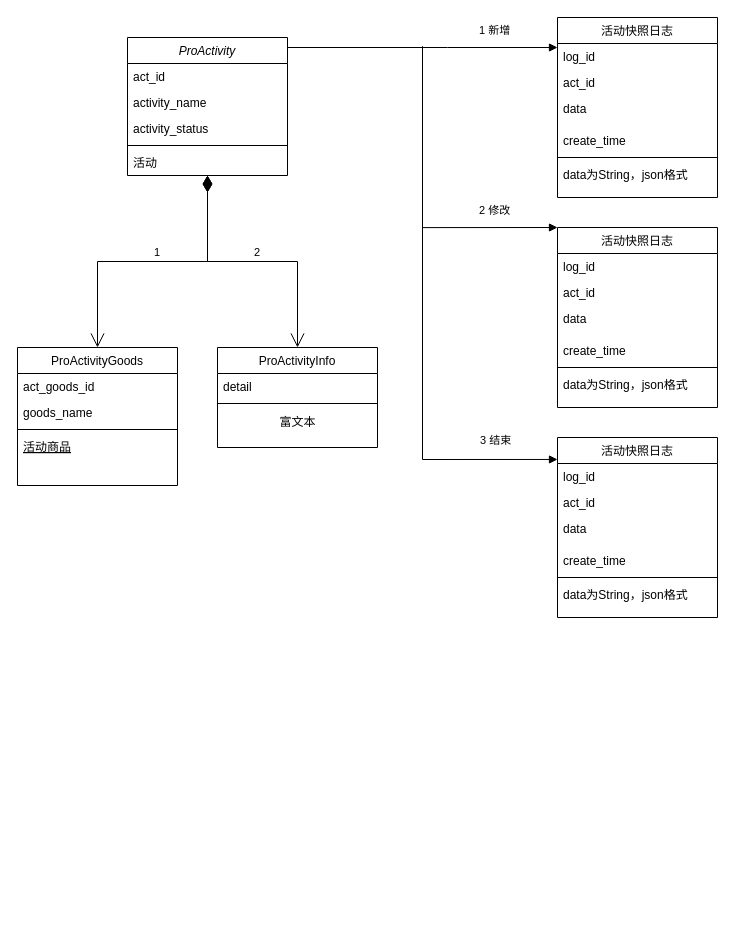
Luffybaga/draw keeps this draw.io diagram as 活动快照日志类图.drawio. Above is the earlier version. Source tidied: cells renumbered, new cells numbered last; positions are measured from the earlier drawing's top-left corner, leaving out a move shared by most shapes. Both pictures are drawn from the tidied source at 100%, with x=0, y=0 at pixel (17, 17).
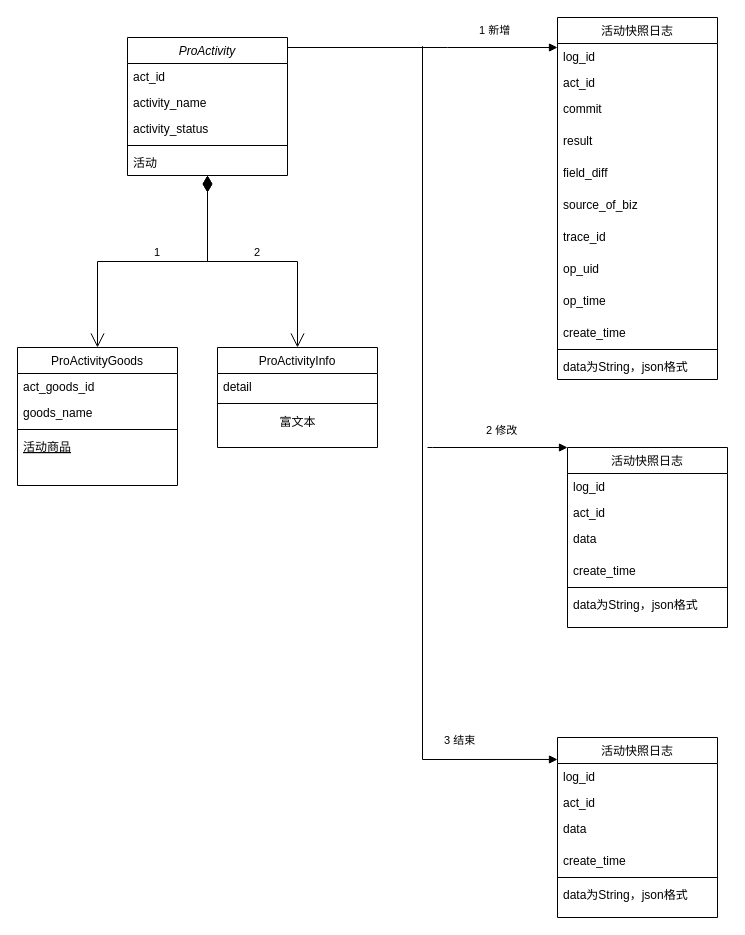
The same diagram, later.

Commit message:
更新活动快照日志类图.drawio

Change to the diagram source:
```diff
@@
     <mxCell id="17" value="活动快照日志" style="swimlane;fontStyle=0;align=center;verticalAlign=top;horizontal=1;startSize=26;rounded=0;shadow=0;strokeWidth=1;" parent="1" vertex="1">
-      <mxGeometry x="540" width="160" height="180" as="geometry" />
+      <mxGeometry x="540" width="160" height="362" as="geometry" />
     </mxCell>
@@
-    <mxCell id="20" value="data" style="text;align=left;verticalAlign=top;spacingLeft=4;spacingRight=4;overflow=hidden;rounded=0;shadow=0;html=0;" parent="17" vertex="1">
+    <mxCell id="20" value="commit" style="text;align=left;verticalAlign=top;spacingLeft=4;spacingRight=4;overflow=hidden;rounded=0;shadow=0;html=0;" parent="17" vertex="1">
       <mxGeometry y="78" width="160" height="32" as="geometry" />
     </mxCell>
+    <mxCell id="43" value="result" style="text;align=left;verticalAlign=top;spacingLeft=4;spacingRight=4;overflow=hidden;rounded=0;shadow=0;html=0;" parent="17" vertex="1">
+      <mxGeometry y="110" width="160" height="32" as="geometry" />
+    </mxCell>
+    <mxCell id="44" value="field_diff" style="text;align=left;verticalAlign=top;spacingLeft=4;spacingRight=4;overflow=hidden;rounded=0;shadow=0;html=0;" parent="17" vertex="1">
+      <mxGeometry y="142" width="160" height="32" as="geometry" />
+    </mxCell>
+    <mxCell id="45" value="source_of_biz" style="text;align=left;verticalAlign=top;spacingLeft=4;spacingRight=4;overflow=hidden;rounded=0;shadow=0;html=0;" parent="17" vertex="1">
+      <mxGeometry y="174" width="160" height="32" as="geometry" />
+    </mxCell>
+    <mxCell id="46" value="trace_id" style="text;align=left;verticalAlign=top;spacingLeft=4;spacingRight=4;overflow=hidden;rounded=0;shadow=0;html=0;" parent="17" vertex="1">
+      <mxGeometry y="206" width="160" height="32" as="geometry" />
+    </mxCell>
+    <mxCell id="47" value="op_uid" style="text;align=left;verticalAlign=top;spacingLeft=4;spacingRight=4;overflow=hidden;rounded=0;shadow=0;html=0;" parent="17" vertex="1">
+      <mxGeometry y="238" width="160" height="32" as="geometry" />
+    </mxCell>
+    <mxCell id="48" value="op_time" style="text;align=left;verticalAlign=top;spacingLeft=4;spacingRight=4;overflow=hidden;rounded=0;shadow=0;html=0;" parent="17" vertex="1">
+      <mxGeometry y="270" width="160" height="32" as="geometry" />
+    </mxCell>
     <mxCell id="21" value="create_time" style="text;align=left;verticalAlign=top;spacingLeft=4;spacingRight=4;overflow=hidden;rounded=0;shadow=0;html=0;" parent="17" vertex="1">
-      <mxGeometry y="110" width="160" height="26" as="geometry" />
+      <mxGeometry y="302" width="160" height="26" as="geometry" />
     </mxCell>
     <mxCell id="22" style="line;html=1;strokeWidth=1;align=left;verticalAlign=middle;spacingTop=-1;spacingLeft=3;spacingRight=3;labelPosition=right;" parent="17" vertex="1">
-      <mxGeometry y="136" width="160" height="8" as="geometry" />
+      <mxGeometry y="328" width="160" height="8" as="geometry" />
     </mxCell>
     <mxCell id="23" value="data为String，json格式" style="text;align=left;verticalAlign=top;spacingLeft=4;spacingRight=4;overflow=hidden;" parent="17" vertex="1">
-      <mxGeometry y="144" width="160" height="26" as="geometry" />
+      <mxGeometry y="336" width="160" height="26" as="geometry" />
     </mxCell>
@@
     <mxCell id="26" value="活动快照日志" style="swimlane;fontStyle=0;align=center;verticalAlign=top;horizontal=1;startSize=26;rounded=0;shadow=0;strokeWidth=1;" parent="1" vertex="1">
-      <mxGeometry x="540" y="210" width="160" height="180" as="geometry" />
+      <mxGeometry x="550" y="430" width="160" height="180" as="geometry" />
     </mxCell>
@@
-    <mxCell id="33" value="2 修改" style="endArrow=block;endFill=1;html=1;edgeStyle=orthogonalEdgeStyle;align=left;verticalAlign=top;rounded=0;entryX=0;entryY=0.083;entryDx=0;entryDy=0;entryPerimeter=0;" parent="26" edge="1">
-      <mxGeometry x="-0.18" y="30" relative="1" as="geometry">
-        <mxPoint x="-135" y="0.1" as="sourcePoint" />
-        <mxPoint as="targetPoint" />
-        <Array as="points">
-          <mxPoint x="-135" y="0.1" />
-        </Array>
-      </mxGeometry>
-    </mxCell>
     <mxCell id="34" value="活动快照日志" style="swimlane;fontStyle=0;align=center;verticalAlign=top;horizontal=1;startSize=26;rounded=0;shadow=0;strokeWidth=1;" parent="1" vertex="1">
-      <mxGeometry x="540" y="420" width="160" height="180" as="geometry" />
+      <mxGeometry x="540" y="720" width="160" height="180" as="geometry" />
     </mxCell>
@@
+    <mxCell id="33" value="2 修改" style="endArrow=block;endFill=1;html=1;edgeStyle=orthogonalEdgeStyle;align=left;verticalAlign=top;rounded=0;entryX=0;entryY=0.083;entryDx=0;entryDy=0;entryPerimeter=0;" parent="1" edge="1">
+      <mxGeometry x="-0.18" y="30" relative="1" as="geometry">
+        <mxPoint x="410" y="430" as="sourcePoint" />
+        <mxPoint x="550" y="430" as="targetPoint" />
+        <Array as="points">
+          <mxPoint x="415" y="430.1" />
+        </Array>
+      </mxGeometry>
+    </mxCell>
```
